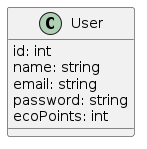
Above: images/cld.png in 2324-4bhif-syp/2324-4bhif-syp-project-ecopoints (PlantUML), before the change.
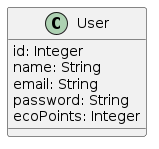
The same diagram one commit later.

Commit message:
Deploying to gh-pages from @ 2324-4bhif-syp/2324-4bhif-syp-project-ecopoints@0e942e0c19b66e6b3e556c167252d9b0ef9c078b 🚀

The edit, as a diff of the source:
```diff
@@ -1,11 +1,11 @@
 @startuml
 
 class User {
-    id: int
-    name: string
-    email: string
-    password: string
-    ecoPoints: int
+    id: Integer
+    name: String
+    email: String
+    password: String
+    ecoPoints: Integer
 }
 
 @enduml
```
